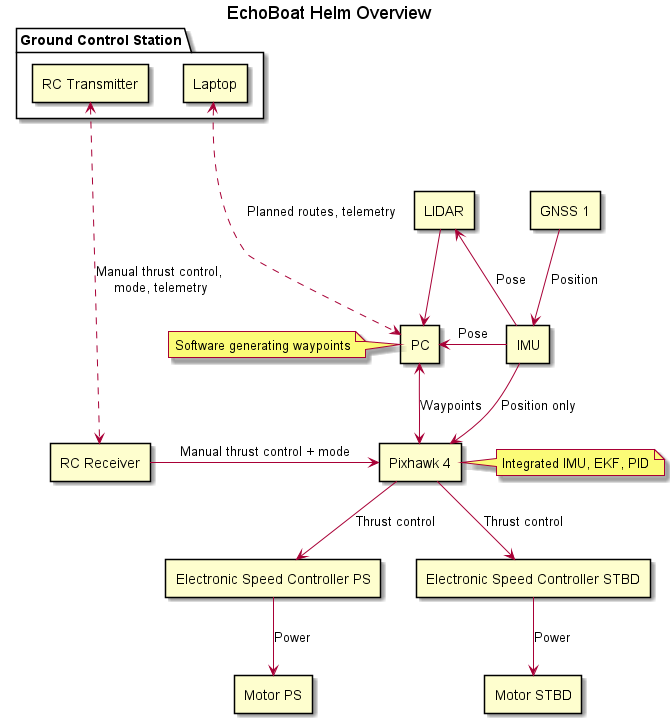
The PlantUML diagram schemes/overview/out/EchoBoatHelmOverview.png in MalteBiermann/EchoBoat, before a commit. The source it was exported from:
```plantuml
@startuml
title "EchoBoat Helm Overview"
skinparam componentStyle rectangle

component "Pixhawk 4" as PH
component "PC"

component "LIDAR"

together {
together {
    component "GNSS 1" as GNSS1
}
component "IMU"
}

component "Electronic Speed Controller PS" as ESCps
component "Electronic Speed Controller STBD" as ESCstbd
component "RC Receiver" as RCrec

package "Ground Control Station"{
    component "RC Transmitter" as RC
    component "Laptop"
}

component "Motor PS" as Mps
component "Motor STBD" as Mstbd

RC <..down..> RCrec : Manual thrust control,\n mode, telemetry
RCrec -> PH : Manual thrust control + mode

Laptop <.> PC : Planned routes, telemetry

note right of PH : Integrated IMU, EKF, PID

PH <-up-> PC : Waypoints

note left of PC : Software generating waypoints

GNSS1 --> IMU : Position
IMU -> PH : Position only
IMU -> PC : Pose
IMU -up-> LIDAR : Pose
LIDAR -down-> PC

PH -down-> ESCps : Thrust control
PH -down-> ESCstbd : Thrust control


ESCps -down-> Mps : Power
ESCstbd -down-> Mstbd : Power

@enduml
```
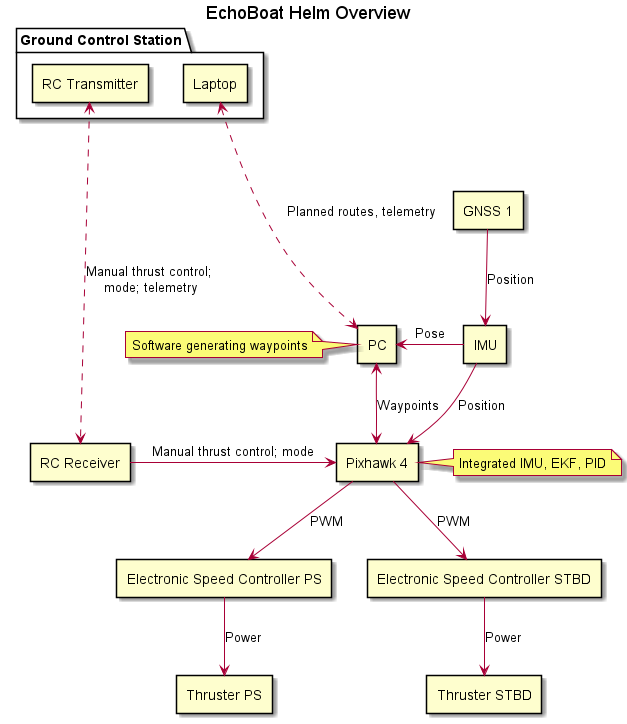
Above is the later version.

Diff of the diagram source:
```diff
@@ -5,7 +5,6 @@
 component "Pixhawk 4" as PH
 component "PC"
 
-component "LIDAR"
 
 together {
 together {
@@ -23,11 +22,11 @@
     component "Laptop"
 }
 
-component "Motor PS" as Mps
-component "Motor STBD" as Mstbd
+component "Thruster PS" as Mps
+component "Thruster STBD" as Mstbd
 
-RC <..down..> RCrec : Manual thrust control,\n mode, telemetry
-RCrec -> PH : Manual thrust control + mode
+RC <..down..> RCrec : Manual thrust control;\n mode; telemetry
+RCrec -> PH : Manual thrust control; mode
 
 Laptop <.> PC : Planned routes, telemetry
 
@@ -38,13 +37,11 @@
 note left of PC : Software generating waypoints
 
 GNSS1 --> IMU : Position
-IMU -> PH : Position only
+IMU -> PH : Position
 IMU -> PC : Pose
-IMU -up-> LIDAR : Pose
-LIDAR -down-> PC
 
-PH -down-> ESCps : Thrust control
-PH -down-> ESCstbd : Thrust control
+PH -down-> ESCps : PWM
+PH -down-> ESCstbd : PWM
 
 
 ESCps -down-> Mps : Power
```
